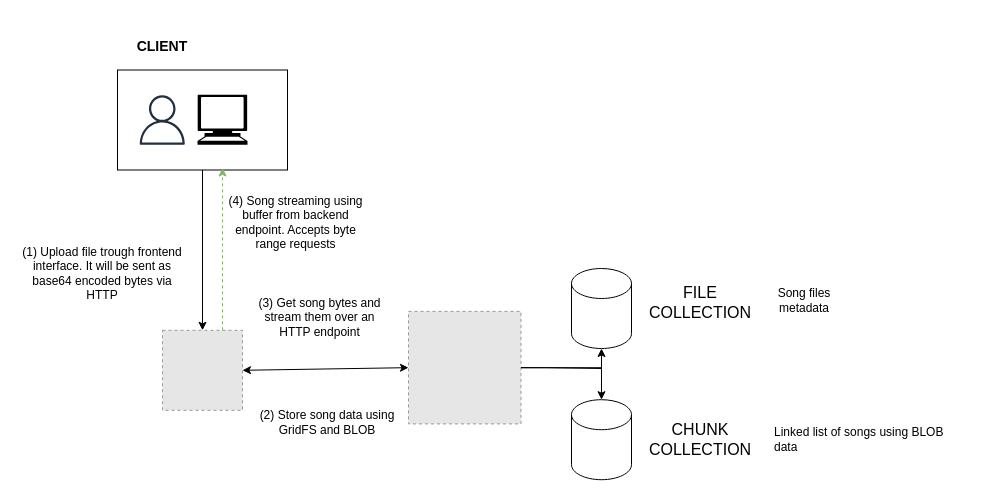
Above: assets/drawio/song-architecture-blob.drawio in AntonioMrtz/SpotifyElectron (draw.io), before the change. Source tidied: cells renumbered, new cells numbered last; positions are measured from the earlier drawing's top-left corner, leaving out a move shared by most shapes. Both pictures are drawn from the tidied source at 100%, with x=0, y=0 at pixel (17, 17). Pictures stored in the file or linked from it are replaced by grey dashed boxes.
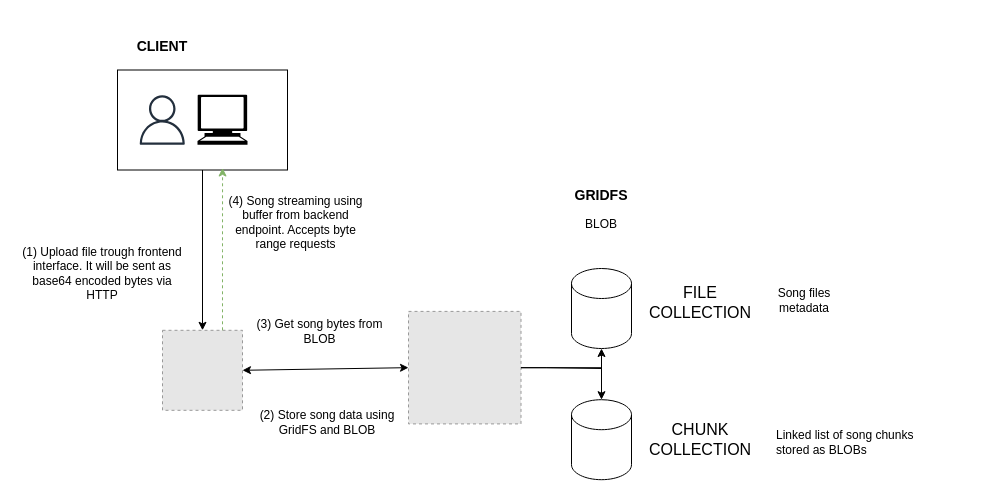
The same page after the edit.

Commit message (it also covers changes not shown here):
docs: update song architecture blob | [#222]

The edit, as a diff of the source:
```diff
@@
-    <mxCell id="15" value="&lt;div align=&quot;left&quot;&gt;Linked list of songs using BLOB data&lt;/div&gt;" style="text;html=1;align=left;verticalAlign=middle;whiteSpace=wrap;rounded=0;" parent="1" vertex="1">
-      <mxGeometry x="755" y="407.2" width="189" height="30" as="geometry" />
+    <mxCell id="15" value="&lt;div&gt;Linked list of song chunks&lt;/div&gt;&lt;div&gt;stored as BLOBs&lt;br&gt;&lt;/div&gt;" style="text;html=1;align=left;verticalAlign=middle;whiteSpace=wrap;rounded=0;" parent="1" vertex="1">
+      <mxGeometry x="757" y="410" width="189" height="30" as="geometry" />
     </mxCell>
@@
-    <mxCell id="21" value="(3) Get song bytes and stream them over an HTTP endpoint " style="text;html=1;align=center;verticalAlign=middle;whiteSpace=wrap;rounded=0;" parent="1" vertex="1">
-      <mxGeometry x="234" y="256" width="137" height="87.8" as="geometry" />
+    <mxCell id="21" value="(3) Get song bytes from BLOB" style="text;html=1;align=center;verticalAlign=middle;whiteSpace=wrap;rounded=0;" parent="1" vertex="1">
+      <mxGeometry x="234" y="270.2" width="137" height="87.8" as="geometry" />
     </mxCell>
@@
+    <mxCell id="23" value="BLOB" style="text;html=1;align=center;verticalAlign=middle;whiteSpace=wrap;rounded=0;" parent="1" vertex="1">
+      <mxGeometry x="554" y="192" width="60" height="30" as="geometry" />
+    </mxCell>
+    <mxCell id="24" value="&lt;h3 align=&quot;center&quot;&gt;GRIDFS&lt;br&gt;&lt;/h3&gt;" style="text;whiteSpace=wrap;html=1;align=center;" parent="1" vertex="1">
+      <mxGeometry x="545.2" y="149" width="77.5" height="52.5" as="geometry" />
+    </mxCell>
```
